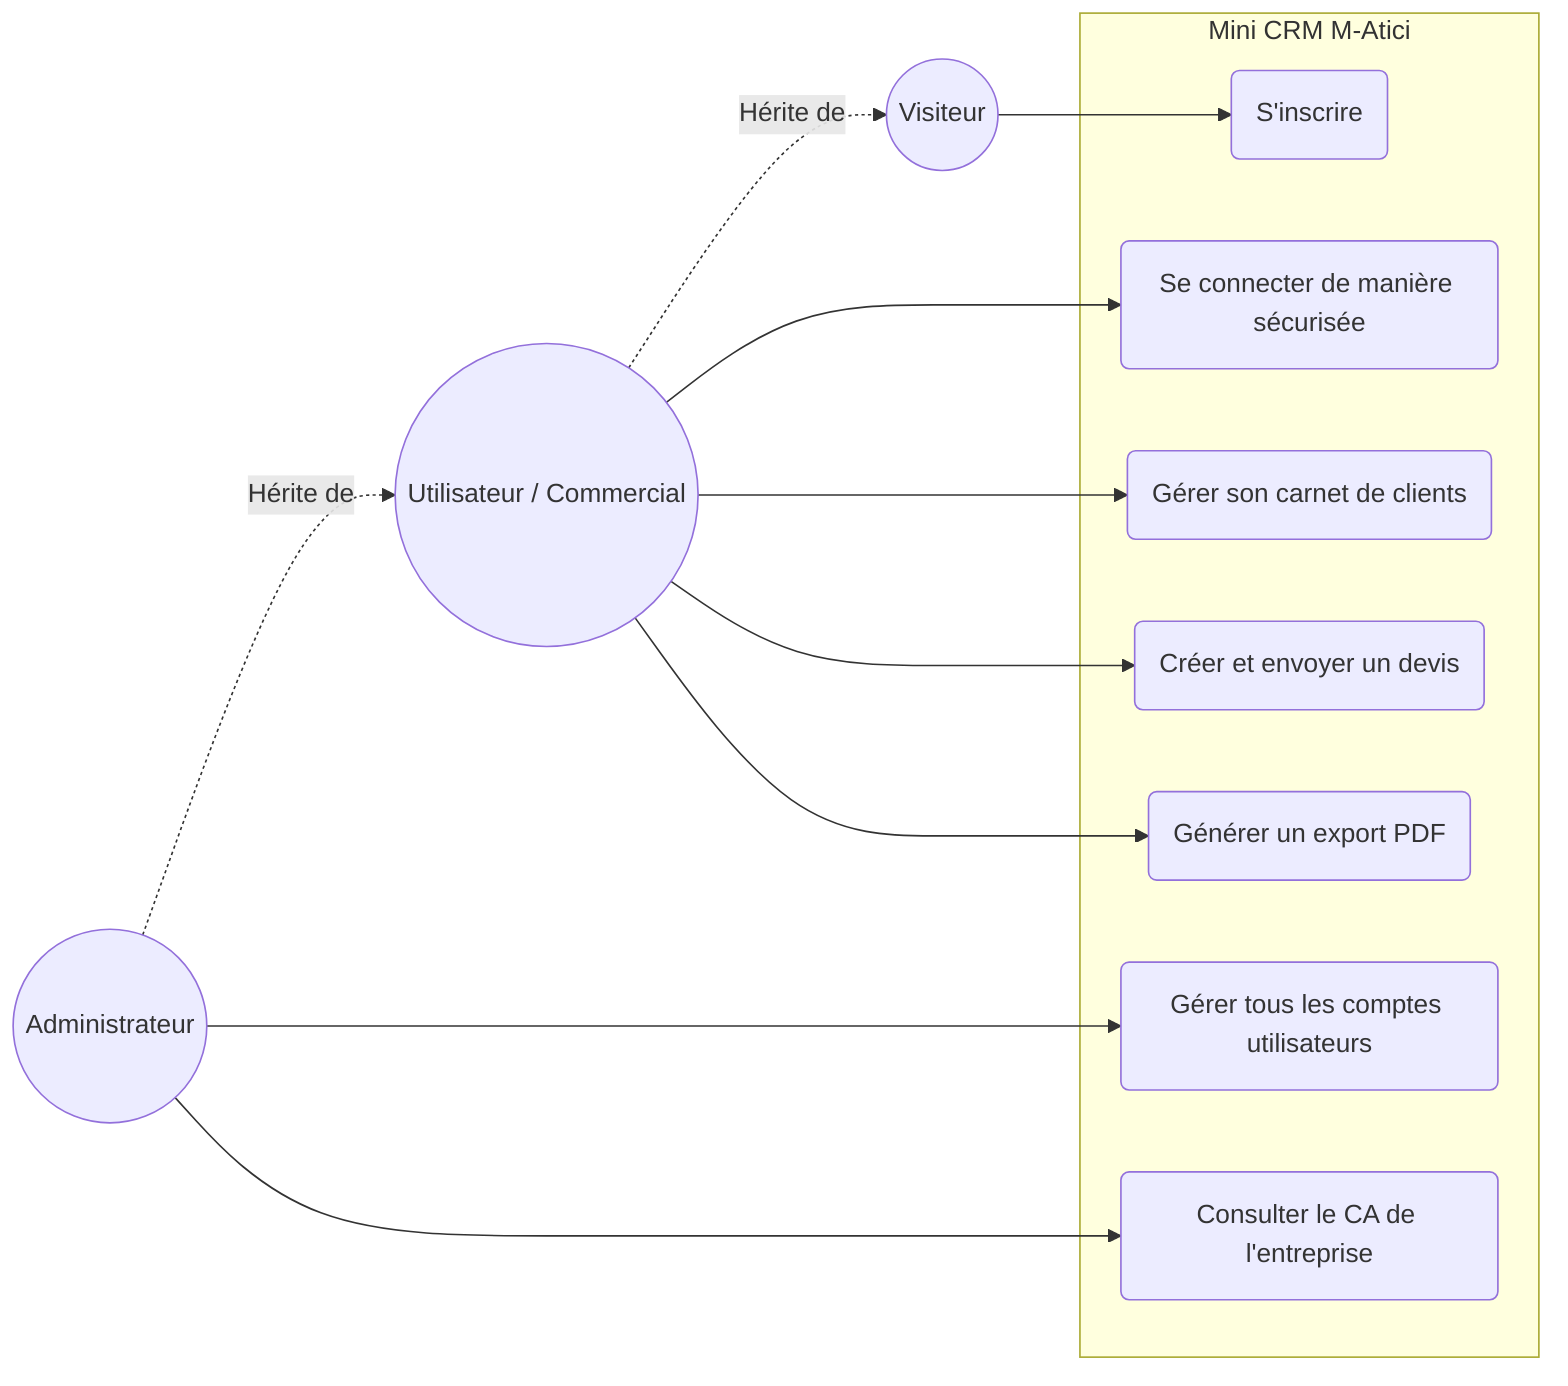
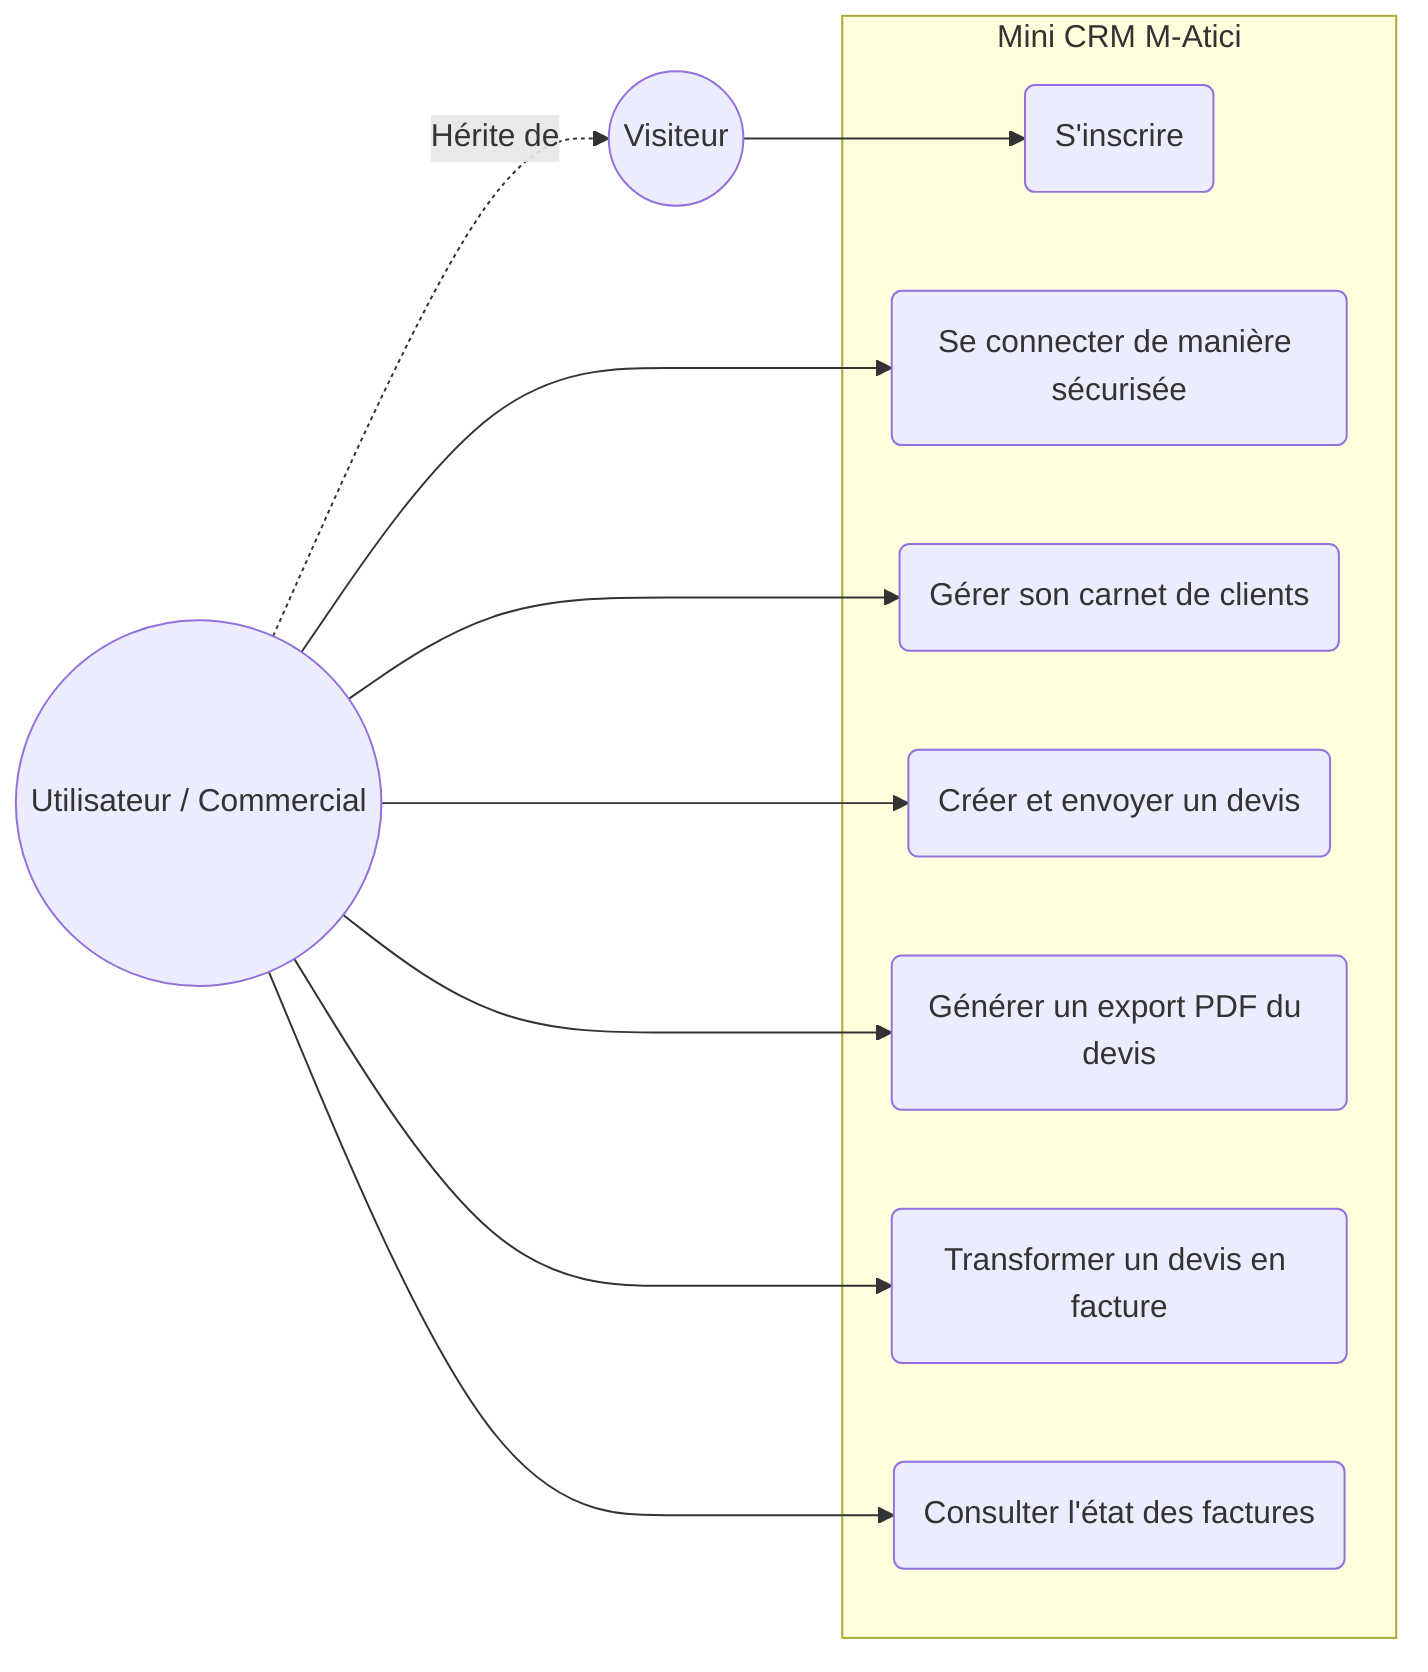
flowchart LR
    %% Acteurs
    Visiteur((Visiteur))
    User((Utilisateur / Commercial))
-     Admin((Administrateur))

    %% Généralisation (Héritage)
-     Admin -. "Hérite de" .-> User
    User -. "Hérite de" .-> Visiteur

    %% Système
    subgraph CRM [Mini CRM M-Atici]
        UC0(S'inscrire)
        UC1(Se connecter de manière sécurisée)
        UC2(Gérer son carnet de clients)
        UC3(Créer et envoyer un devis)
-         UC4(Générer un export PDF)
-         UC5(Gérer tous les comptes utilisateurs)
-         UC6(Consulter le CA de l'entreprise)
+         UC4(Générer un export PDF du devis)
+         UC5(Transformer un devis en facture)
+         UC6(Consulter l'état des factures)
    end

    %% Relations
    Visiteur --> UC0
    User --> UC1
    User --> UC2
    User --> UC3
    User --> UC4
-     Admin --> UC5
-     Admin --> UC6
+     User --> UC5
+     User --> UC6
